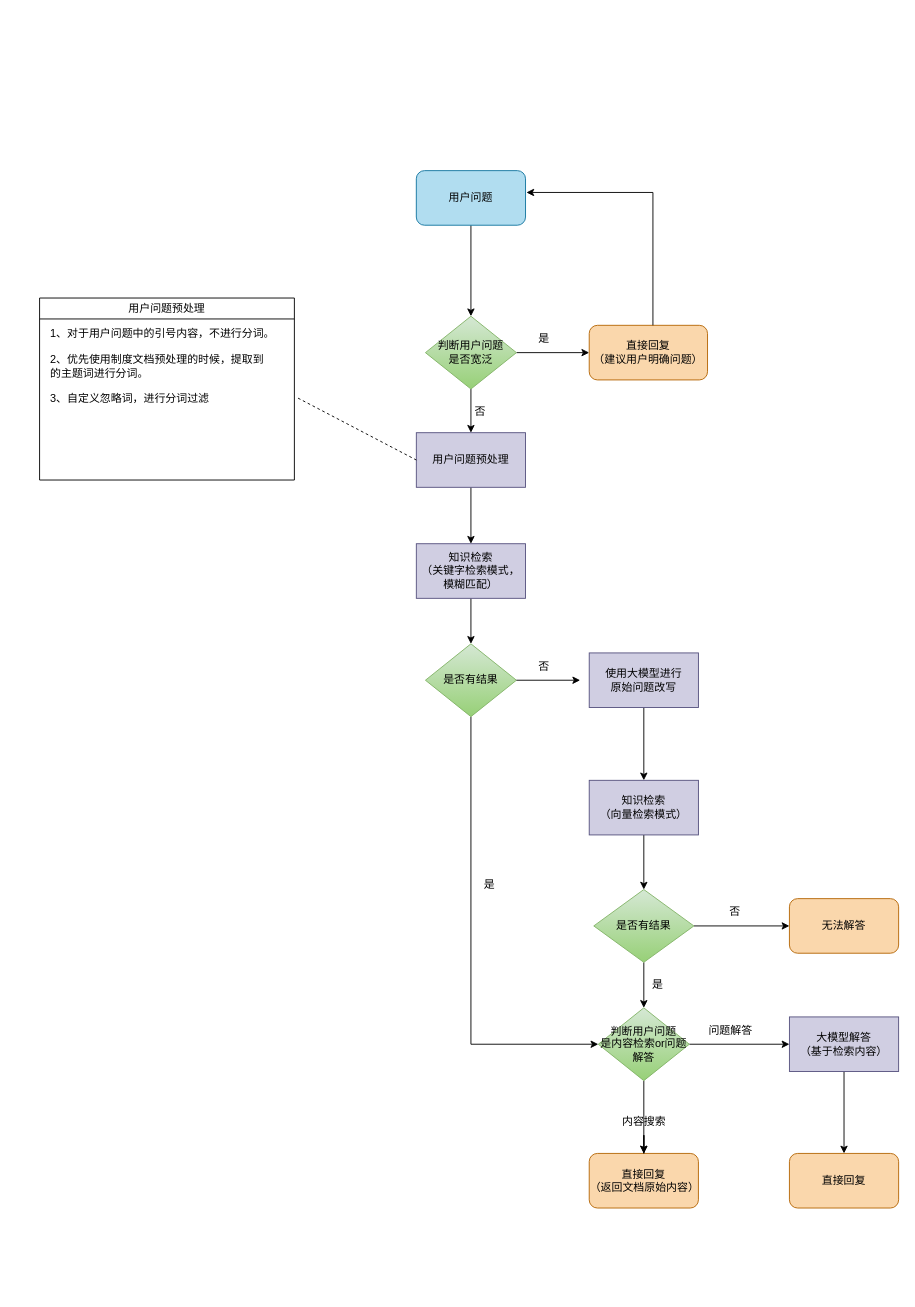
LayneZale/Draw.io keeps this draw.io diagram as 制度问答流程.drawio. Above is the earlier version. Source tidied: cells renumbered, new cells numbered last; positions are measured from the earlier drawing's top-left corner, leaving out a move shared by most shapes. Both pictures are drawn from the tidied source at 91%, with x=0, y=0 at pixel (39, 170).
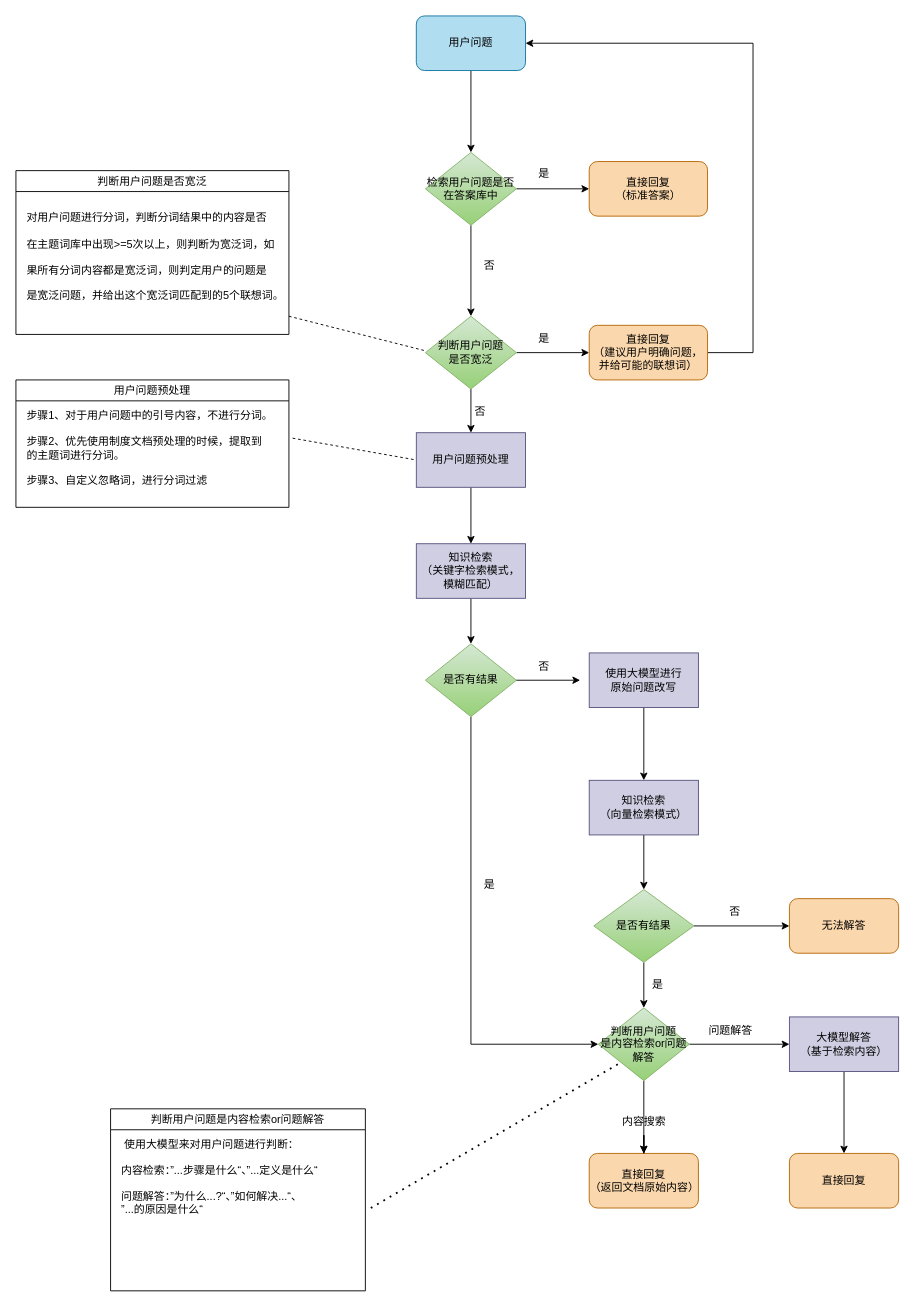
After the change.

Commit message:
更新制度问答流程.drawio

Unchanged cells that the change refers to:
```xml
<mxCell id="3" value="用户问题预处理" style="rounded=0;whiteSpace=wrap;html=1;fillColor=#d0cee2;strokeColor=#56517e;" parent="1" vertex="1">
  <mxGeometry x="414" y="288" width="120" height="60" as="geometry" />
</mxCell>
<mxCell id="28" value="判断用户问题&lt;br&gt;是否宽泛" style="rhombus;whiteSpace=wrap;html=1;fillColor=#d5e8d4;gradientColor=#97d077;strokeColor=#82b366;" parent="1" vertex="1">
  <mxGeometry x="424" y="160" width="100" height="80" as="geometry" />
</mxCell>
<mxCell id="37" value="判断用户问题&lt;br&gt;是内容检索or问题解答" style="rhombus;whiteSpace=wrap;html=1;fillColor=#d5e8d4;gradientColor=#97d077;strokeColor=#82b366;" parent="1" vertex="1">
  <mxGeometry x="614" y="920" width="100" height="80" as="geometry" />
</mxCell>
```

Change to the diagram source:
```diff
@@
-    <mxCell id="4" style="edgeStyle=orthogonalEdgeStyle;rounded=0;jettySize=auto;html=1;" parent="1" edge="1" source="5" target="28">
-      <mxGeometry relative="1" as="geometry" />
-    </mxCell>
+    <mxCell id="43" style="edgeStyle=orthogonalEdgeStyle;rounded=0;jettySize=auto;html=1;exitX=0.5;exitY=1;exitDx=0;exitDy=0;entryX=0.5;entryY=0;entryDx=0;entryDy=0;" parent="1" edge="1" source="5" target="52">
+      <mxGeometry relative="1" as="geometry" />
+    </mxCell>
     <mxCell id="5" value="用户问题" style="rounded=1;whiteSpace=wrap;html=1;fillColor=#b1ddf0;strokeColor=#10739e;" parent="1" vertex="1">
-      <mxGeometry x="414" width="120" height="60" as="geometry" />
+      <mxGeometry x="414" y="-170" width="120" height="60" as="geometry" />
     </mxCell>
@@
+    <mxCell id="42" style="edgeStyle=orthogonalEdgeStyle;rounded=0;jettySize=auto;html=1;entryX=1;entryY=0.5;entryDx=0;entryDy=0;" parent="1" edge="1" source="30" target="5">
+      <mxGeometry relative="1" as="geometry">
+        <Array as="points">
+          <mxPoint x="784" y="200" />
+          <mxPoint x="784" y="-140" />
+        </Array>
+      </mxGeometry>
+    </mxCell>
-    <mxCell id="30" value="直接回复&lt;br&gt;（建议用户明确问题）" style="rounded=1;whiteSpace=wrap;html=1;fillColor=#fad7ac;strokeColor=#b46504;" parent="1" vertex="1">
+    <mxCell id="30" value="直接回复&lt;br&gt;（建议用户明确问题，并给可能的联想词）" style="rounded=1;whiteSpace=wrap;html=1;fillColor=#fad7ac;strokeColor=#b46504;" parent="1" vertex="1">
       <mxGeometry x="604" y="170" width="130" height="60" as="geometry" />
     </mxCell>
@@
     <mxCell id="32" value="&lt;span style=&quot;font-weight: 400;&quot;&gt;用户问题预处理&lt;/span&gt;" style="swimlane;whiteSpace=wrap;html=1;fillColor=none;" parent="1" vertex="1">
-      <mxGeometry y="140" width="280" height="200" as="geometry" />
+      <mxGeometry x="-26" y="230" width="300" height="140" as="geometry" />
     </mxCell>
-    <mxCell id="33" value="&lt;div style=&quot;&quot;&gt;&lt;span style=&quot;background-color: transparent; color: light-dark(rgb(0, 0, 0), rgb(255, 255, 255));&quot;&gt;1、&lt;/span&gt;&lt;span style=&quot;background-color: transparent;&quot;&gt;对于用户问题中的引号内容，不进行分词。&lt;br&gt;&lt;br&gt;&lt;/span&gt;&lt;/div&gt;&lt;div&gt;&lt;div style=&quot;&quot;&gt;&lt;span style=&quot;background-color: transparent; color: light-dark(rgb(0, 0, 0), rgb(255, 255, 255));&quot;&gt;2、&lt;/span&gt;&lt;span style=&quot;background-color: transparent; color: light-dark(rgb(0, 0, 0), rgb(255, 255, 255));&quot;&gt;优先使用制度文档预处理的时候，&lt;/span&gt;&lt;span style=&quot;background-color: transparent; color: light-dark(rgb(0, 0, 0), rgb(255, 255, 255));&quot;&gt;提取到&lt;br&gt;的主题词进行分词。&lt;/span&gt;&lt;/div&gt;&lt;div style=&quot;&quot;&gt;&lt;span style=&quot;background-color: transparent; color: light-dark(rgb(0, 0, 0), rgb(255, 255, 255));&quot;&gt;&lt;br&gt;&lt;/span&gt;&lt;/div&gt;3、自定义忽略词，进行分词过滤&lt;/div&gt;" style="text;html=1;align=left;verticalAlign=middle;points=[];strokeColor=none;fillColor=none;" parent="32" vertex="1">
-      <mxGeometry x="10" y="25" width="270" height="100" as="geometry" />
+    <mxCell id="33" value="&lt;div style=&quot;&quot;&gt;&lt;span style=&quot;background-color: transparent; color: light-dark(rgb(0, 0, 0), rgb(255, 255, 255));&quot;&gt;步骤1、&lt;/span&gt;&lt;span style=&quot;background-color: transparent;&quot;&gt;对于用户问题中的引号内容，不进行分词。&lt;br&gt;&lt;br&gt;&lt;/span&gt;&lt;/div&gt;&lt;div&gt;&lt;div style=&quot;&quot;&gt;&lt;span style=&quot;background-color: transparent; color: light-dark(rgb(0, 0, 0), rgb(255, 255, 255));&quot;&gt;步骤2、&lt;/span&gt;&lt;span style=&quot;background-color: transparent; color: light-dark(rgb(0, 0, 0), rgb(255, 255, 255));&quot;&gt;优先使用制度文档预处理的时候，&lt;/span&gt;&lt;span style=&quot;background-color: transparent; color: light-dark(rgb(0, 0, 0), rgb(255, 255, 255));&quot;&gt;提取到&lt;br&gt;的主题词进行分词。&lt;/span&gt;&lt;/div&gt;&lt;div style=&quot;&quot;&gt;&lt;span style=&quot;background-color: transparent; color: light-dark(rgb(0, 0, 0), rgb(255, 255, 255));&quot;&gt;&lt;br&gt;&lt;/span&gt;&lt;/div&gt;步骤3、自定义忽略词，进行分词过滤&lt;/div&gt;" style="text;html=1;align=left;verticalAlign=middle;points=[];strokeColor=none;fillColor=none;" parent="32" vertex="1">
+      <mxGeometry x="10" y="25" width="290" height="100" as="geometry" />
     </mxCell>
-    <mxCell id="34" style="endArrow=none;dashed=1;html=1;rounded=0;entryX=0;entryY=0.5;entryDx=0;entryDy=0;" parent="1" edge="1" target="3">
-      <mxGeometry relative="1" as="geometry">
-        <mxPoint x="284" y="250" as="sourcePoint" />
-      </mxGeometry>
+    <mxCell id="34" style="endArrow=none;dashed=1;html=1;rounded=0;entryX=0;entryY=0.5;entryDx=0;entryDy=0;exitX=1.014;exitY=0.39;exitDx=0;exitDy=0;exitPerimeter=0;" parent="1" edge="1" source="33" target="3">
+      <mxGeometry relative="1" as="geometry" />
     </mxCell>
@@
-    <mxCell id="42" style="edgeStyle=orthogonalEdgeStyle;rounded=0;jettySize=auto;html=1;entryX=1.008;entryY=0.4;entryDx=0;entryDy=0;entryPerimeter=0;" parent="1" edge="1" source="30" target="5">
-      <mxGeometry relative="1" as="geometry">
-        <Array as="points">
-          <mxPoint x="674" y="24" />
-        </Array>
-      </mxGeometry>
-    </mxCell>
+    <mxCell id="44" value="&lt;span style=&quot;font-weight: 400;&quot;&gt;判断用户问题&lt;/span&gt;&lt;span style=&quot;font-weight: 400;&quot;&gt;是否宽泛&lt;/span&gt;" style="swimlane;whiteSpace=wrap;html=1;fillColor=none;" parent="1" vertex="1">
+      <mxGeometry x="-26" width="300" height="180" as="geometry" />
+    </mxCell>
+    <mxCell id="45" value="&lt;div style=&quot;&quot;&gt;对用户问题进行分词，判断分词结果中的内容是否&lt;br&gt;&amp;nbsp;&lt;br&gt;在主题词库中出现&amp;gt;=5次以上，则判断为宽泛词，如&lt;br&gt;&lt;br&gt;果所有分词内容都是宽泛词，则判定用户的问题是&lt;br&gt;&lt;br&gt;是宽泛问题，并给出这个宽泛词匹配到的5个联想词。&lt;/div&gt;" style="text;html=1;align=left;verticalAlign=middle;strokeColor=none;fillColor=none;" parent="44" vertex="1">
+      <mxGeometry x="10" y="40" width="310" height="110" as="geometry" />
+    </mxCell>
+    <mxCell id="46" style="endArrow=none;dashed=1;html=1;rounded=0;entryX=0;entryY=0.5;entryDx=0;entryDy=0;" parent="1" edge="1">
+      <mxGeometry relative="1" as="geometry">
+        <mxPoint x="274" y="160" as="sourcePoint" />
+        <mxPoint x="424" y="198" as="targetPoint" />
+      </mxGeometry>
+    </mxCell>
+    <mxCell id="47" value="&lt;span style=&quot;font-weight: 400;&quot;&gt;判断用户问题&lt;/span&gt;&lt;span style=&quot;font-weight: 400;&quot;&gt;是内容检索or问题解答&lt;/span&gt;" style="swimlane;whiteSpace=wrap;html=1;fillColor=none;" parent="1" vertex="1">
+      <mxGeometry x="78" y="1031" width="280" height="200" as="geometry" />
+    </mxCell>
+    <mxCell id="48" value="&lt;div style=&quot;&quot;&gt;&amp;nbsp;使用大模型来对用户问题进行判断：&lt;br&gt;&lt;br&gt;内容检索：”...步骤是什么“、”...定义是什么“&lt;br&gt;&lt;br&gt;问题解答：”为什么...?“、”如何解决...“、&lt;br&gt;”...的原因是什么“&lt;/div&gt;" style="text;html=1;align=left;verticalAlign=middle;strokeColor=none;fillColor=none;" parent="47" vertex="1">
+      <mxGeometry x="10" y="25" width="250" height="100" as="geometry" />
+    </mxCell>
+    <mxCell id="49" style="endArrow=none;dashed=1;html=1;dashPattern=1 3;strokeWidth=2;rounded=0;entryX=0;entryY=1;entryDx=0;entryDy=0;" parent="1" edge="1" target="37">
+      <mxGeometry relative="1" as="geometry">
+        <mxPoint x="364" y="1140" as="sourcePoint" />
+      </mxGeometry>
+    </mxCell>
+    <mxCell id="50" style="edgeStyle=orthogonalEdgeStyle;rounded=0;jettySize=auto;html=1;exitX=0.5;exitY=1;exitDx=0;exitDy=0;entryX=0.5;entryY=0;entryDx=0;entryDy=0;" parent="1" edge="1" source="52" target="28">
+      <mxGeometry relative="1" as="geometry" />
+    </mxCell>
+    <mxCell id="51" style="edgeStyle=orthogonalEdgeStyle;rounded=0;jettySize=auto;html=1;" parent="1" edge="1" source="52" target="53">
+      <mxGeometry relative="1" as="geometry" />
+    </mxCell>
+    <mxCell id="52" value="检索用户问题是否在答案库中" style="rhombus;whiteSpace=wrap;html=1;fillColor=#d5e8d4;gradientColor=#97d077;strokeColor=#82b366;" parent="1" vertex="1">
+      <mxGeometry x="424" y="-20" width="100" height="80" as="geometry" />
+    </mxCell>
+    <mxCell id="53" value="直接回复&lt;br&gt;（标准答案）" style="rounded=1;whiteSpace=wrap;html=1;fillColor=#fad7ac;strokeColor=#b46504;" parent="1" vertex="1">
+      <mxGeometry x="604" y="-10" width="130" height="60" as="geometry" />
+    </mxCell>
+    <mxCell id="54" value="是" style="text;html=1;align=center;verticalAlign=middle;strokeColor=none;fillColor=none;" parent="1" vertex="1">
+      <mxGeometry x="534" y="-12" width="40" height="30" as="geometry" />
+    </mxCell>
+    <mxCell id="55" value="否" style="text;html=1;align=center;verticalAlign=middle;strokeColor=none;fillColor=none;" parent="1" vertex="1">
+      <mxGeometry x="474" y="90" width="40" height="30" as="geometry" />
+    </mxCell>
```
